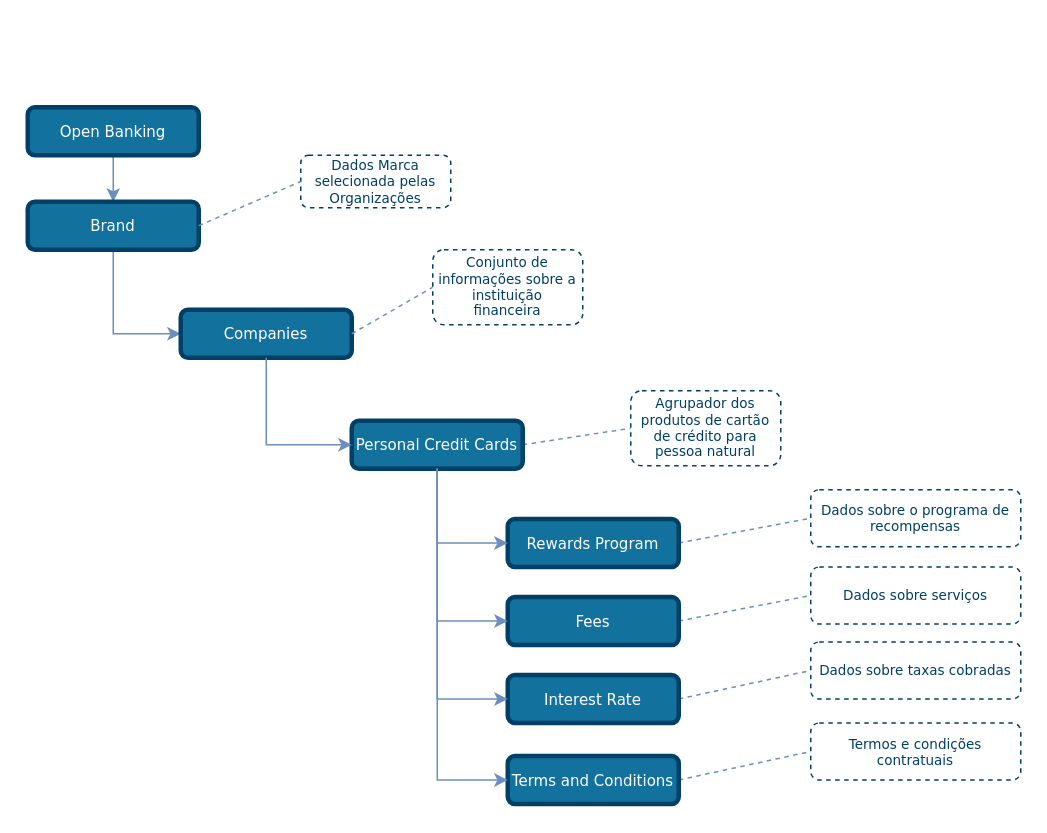
Before: draw_io_diagrams/TLD_Personal_Credit_Cards_v1.drawio in OpenBanking-Brasil/areadesenvolvedor, a draw.io diagram. Source tidied: cells renumbered, new cells numbered last; positions are measured from the earlier drawing's top-left corner, leaving out a move shared by most shapes. Both pictures are drawn from the tidied source at 150%, with x=0, y=0 at pixel (27, 106).
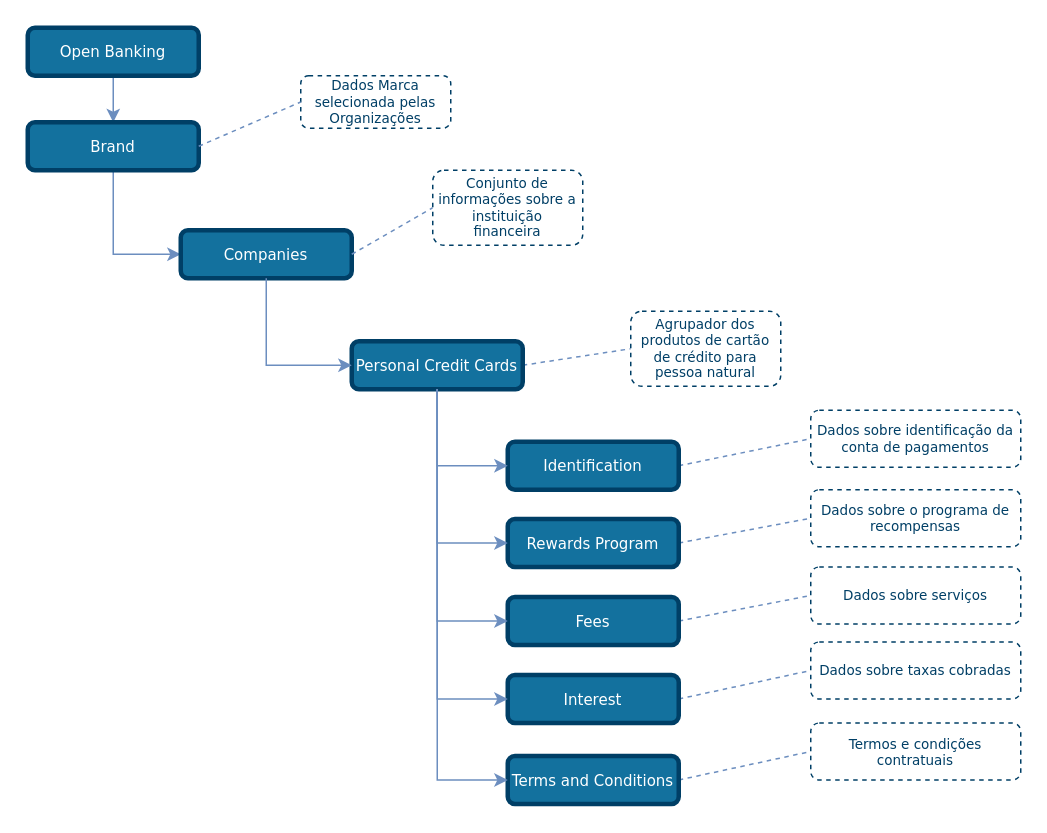
The same diagram, later.

Commit message (it also covers changes not shown here):
FEBRABANSD-196 - Updated credit cards diagrams, use cases and schemas with modifications on service structure to array data type.

The edit, as a diff of the source:
```diff
@@
     <mxCell id="6" value="Open Banking" style="rounded=1;whiteSpace=wrap;html=1;comic=0;shadow=0;backgroundOutline=0;snapToPoint=0;fixDash=0;strokeWidth=3;fontFamily=Verdana;fontStyle=0;labelBackgroundColor=none;labelBorderColor=none;fontSize=10;fillColor=#13719E;strokeColor=#003F66;fontColor=#ffffff;" parent="1" vertex="1">
-      <mxGeometry width="114" height="32" as="geometry" />
+      <mxGeometry y="-53" width="114" height="32" as="geometry" />
     </mxCell>
@@
     <mxCell id="8" value="Personal Credit Cards" style="rounded=1;whiteSpace=wrap;html=1;comic=0;shadow=0;backgroundOutline=0;snapToPoint=0;fixDash=0;strokeWidth=3;fontFamily=Verdana;fontStyle=0;labelBackgroundColor=none;labelBorderColor=none;fontSize=10;fillColor=#13719E;strokeColor=#003F66;fontColor=#ffffff;" parent="1" vertex="1">
-      <mxGeometry x="216" y="209" width="114" height="32" as="geometry" />
+      <mxGeometry x="216" y="156" width="114" height="32" as="geometry" />
     </mxCell>
     <mxCell id="9" value="&lt;font style=&quot;font-size: 9px&quot;&gt;Agrupador dos produtos de cartão de crédito para pessoa natural&lt;/font&gt;" style="rounded=1;whiteSpace=wrap;html=1;shadow=0;comic=0;strokeColor=#003F66;strokeWidth=1;fillColor=#ffffff;fontFamily=Verdana;fontSize=9;fontColor=#003F66;dashed=1;spacingLeft=5;spacing=0;spacingRight=5;spacingBottom=5;spacingTop=5;align=center;verticalAlign=middle;gradientColor=#ffffff;" parent="1" vertex="1">
-      <mxGeometry x="402" y="189" width="100" height="50" as="geometry" />
+      <mxGeometry x="402" y="136" width="100" height="50" as="geometry" />
     </mxCell>
@@
     <mxCell id="11" value="Brand" style="rounded=1;whiteSpace=wrap;html=1;comic=0;shadow=0;backgroundOutline=0;snapToPoint=0;fixDash=0;strokeWidth=3;fontFamily=Verdana;fontStyle=0;labelBackgroundColor=none;labelBorderColor=none;fontSize=10;fillColor=#13719E;strokeColor=#003F66;fontColor=#ffffff;" parent="1" vertex="1">
-      <mxGeometry y="63" width="114" height="32" as="geometry" />
+      <mxGeometry y="10" width="114" height="32" as="geometry" />
     </mxCell>
     <mxCell id="12" value="Dados Marca selecionada pelas Organizações" style="rounded=1;whiteSpace=wrap;html=1;shadow=0;comic=0;strokeColor=#003F66;strokeWidth=1;fillColor=#ffffff;fontFamily=Verdana;fontSize=9;fontColor=#003F66;dashed=1;spacingLeft=5;spacing=0;spacingRight=5;spacingBottom=5;spacingTop=5;align=center;verticalAlign=middle;gradientColor=#ffffff;" parent="1" vertex="1">
-      <mxGeometry x="182" y="32" width="100" height="35" as="geometry" />
+      <mxGeometry x="182" y="-21" width="100" height="35" as="geometry" />
     </mxCell>
@@
-    <mxCell id="16" value="Interest Rate" style="rounded=1;whiteSpace=wrap;html=1;comic=0;shadow=0;backgroundOutline=0;snapToPoint=0;fixDash=0;strokeWidth=3;fontFamily=Verdana;fontStyle=0;labelBackgroundColor=none;labelBorderColor=none;fontSize=10;fillColor=#13719E;strokeColor=#003F66;fontColor=#ffffff;" parent="1" vertex="1">
+    <mxCell id="16" value="Interest" style="rounded=1;whiteSpace=wrap;html=1;comic=0;shadow=0;backgroundOutline=0;snapToPoint=0;fixDash=0;strokeWidth=3;fontFamily=Verdana;fontStyle=0;labelBackgroundColor=none;labelBorderColor=none;fontSize=10;fillColor=#13719E;strokeColor=#003F66;fontColor=#ffffff;" parent="1" vertex="1">
       <mxGeometry x="320" y="378.5" width="114" height="32" as="geometry" />
     </mxCell>
@@
     <mxCell id="23" value="Companies" style="rounded=1;whiteSpace=wrap;html=1;comic=0;shadow=0;backgroundOutline=0;snapToPoint=0;fixDash=0;strokeWidth=3;fontFamily=Verdana;fontStyle=0;labelBackgroundColor=none;labelBorderColor=none;fontSize=10;fillColor=#13719E;strokeColor=#003F66;fontColor=#ffffff;" parent="1" vertex="1">
-      <mxGeometry x="102" y="135" width="114" height="32" as="geometry" />
+      <mxGeometry x="102" y="82" width="114" height="32" as="geometry" />
     </mxCell>
@@
     <mxCell id="26" value="&lt;font style=&quot;font-size: 9px&quot;&gt;Conjunto de informações sobre a instituição financeira&lt;/font&gt;" style="rounded=1;whiteSpace=wrap;html=1;shadow=0;comic=0;strokeColor=#003F66;strokeWidth=1;fillColor=#ffffff;gradientColor=#ffffff;fontFamily=Verdana;fontSize=9;fontColor=#003F66;dashed=1;spacingLeft=5;spacing=0;spacingRight=5;spacingBottom=5;spacingTop=5;align=center;verticalAlign=middle;" parent="1" vertex="1">
-      <mxGeometry x="270" y="95" width="100" height="50" as="geometry" />
+      <mxGeometry x="270" y="42" width="100" height="50" as="geometry" />
     </mxCell>
@@
+    <mxCell id="31" style="edgeStyle=none;rounded=1;jettySize=auto;html=1;entryX=0;entryY=0.5;entryDx=0;entryDy=0;dashed=1;endArrow=none;endFill=0;endSize=6;strokeColor=#6C8EBF;exitX=1;exitY=0.5;exitDx=0;exitDy=0;" parent="1" edge="1" source="32" target="33">
+      <mxGeometry relative="1" as="geometry" />
+    </mxCell>
+    <mxCell id="32" value="Identification" style="rounded=1;whiteSpace=wrap;html=1;comic=0;shadow=0;backgroundOutline=0;snapToPoint=0;fixDash=0;strokeWidth=3;fontFamily=Verdana;fontStyle=0;labelBackgroundColor=none;labelBorderColor=none;fontSize=10;fillColor=#13719E;strokeColor=#003F66;fontColor=#ffffff;" parent="1" vertex="1">
+      <mxGeometry x="320" y="223" width="114" height="32" as="geometry" />
+    </mxCell>
+    <mxCell id="33" value="Dados sobre identificação da conta de pagamentos" style="rounded=1;whiteSpace=wrap;html=1;shadow=0;comic=0;strokeColor=#003F66;strokeWidth=1;fillColor=#ffffff;fontFamily=Verdana;fontSize=9;fontColor=#003F66;dashed=1;spacingLeft=5;spacing=0;spacingRight=5;spacingBottom=5;spacingTop=5;align=center;verticalAlign=middle;gradientColor=#ffffff;" parent="1" vertex="1">
+      <mxGeometry x="522" y="202" width="140" height="38" as="geometry" />
+    </mxCell>
+    <mxCell id="34" style="edgeStyle=orthogonalEdgeStyle;rounded=0;jettySize=auto;html=1;exitX=0.5;exitY=1;exitDx=0;exitDy=0;entryX=0;entryY=0.5;entryDx=0;entryDy=0;strokeColor=#6C8EBF;endArrow=classic;endFill=1;" parent="1" edge="1" source="8" target="32">
+      <mxGeometry relative="1" as="geometry">
+        <Array as="points">
+          <mxPoint x="273" y="239" />
+        </Array>
+      </mxGeometry>
+    </mxCell>
```
